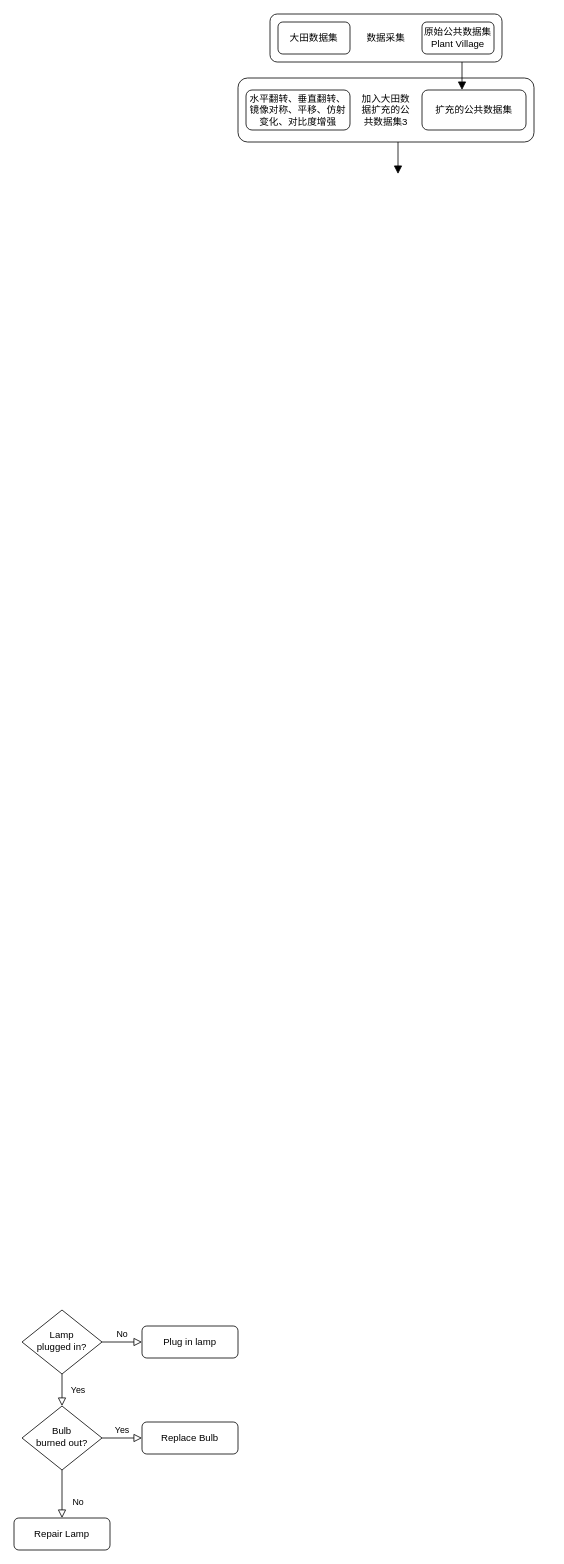
This is 12Untitled Diagram.drawio from leohlgctzby/lianxi-redux, a draw.io file, before an edit. Source tidied: cells renumbered, new cells numbered last; positions are measured from the earlier drawing's top-left corner, leaving out a move shared by most shapes. Both pictures are drawn from the tidied source at 80%, with x=0, y=0 at pixel (14, 14).
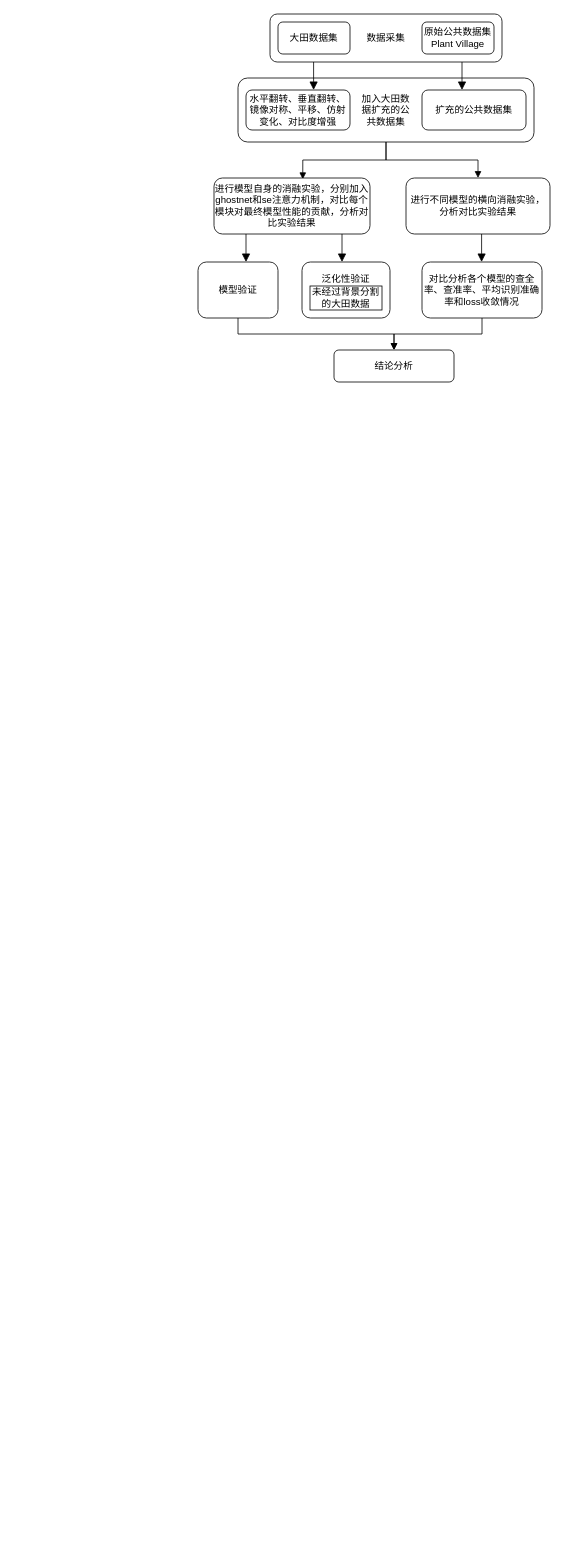
After the change.

What changed in the source:
```diff
@@
-    <mxCell id="3" value="Yes" style="rounded=0;html=1;jettySize=auto;fontSize=11;endArrow=block;endFill=0;endSize=8;strokeWidth=1;shadow=0;labelBackgroundColor=none;edgeStyle=orthogonalEdgeStyle;" parent="1" edge="1" source="5" target="9">
-      <mxGeometry y="20" relative="1" as="geometry" />
-    </mxCell>
-    <mxCell id="4" value="No" style="edgeStyle=orthogonalEdgeStyle;rounded=0;html=1;jettySize=auto;fontSize=11;endArrow=block;endFill=0;endSize=8;strokeWidth=1;shadow=0;labelBackgroundColor=none;" parent="1" edge="1" source="5" target="6">
-      <mxGeometry y="10" relative="1" as="geometry" />
-    </mxCell>
-    <mxCell id="5" value="Lamp&lt;br&gt;plugged in?" style="rhombus;whiteSpace=wrap;html=1;shadow=0;fontFamily=Helvetica;fontSize=12;align=center;strokeWidth=1;spacing=6;spacingTop=-4;" parent="1" vertex="1">
-      <mxGeometry x="10" y="1620" width="100" height="80" as="geometry" />
-    </mxCell>
-    <mxCell id="6" value="Plug in lamp" style="rounded=1;whiteSpace=wrap;html=1;fontSize=12;glass=0;strokeWidth=1;shadow=0;" parent="1" vertex="1">
-      <mxGeometry x="160" y="1640" width="120" height="40" as="geometry" />
-    </mxCell>
-    <mxCell id="7" value="No" style="rounded=0;html=1;jettySize=auto;fontSize=11;endArrow=block;endFill=0;endSize=8;strokeWidth=1;shadow=0;labelBackgroundColor=none;edgeStyle=orthogonalEdgeStyle;" parent="1" edge="1" source="9" target="10">
-      <mxGeometry x="0.33" y="20" relative="1" as="geometry" />
-    </mxCell>
-    <mxCell id="8" value="Yes" style="edgeStyle=orthogonalEdgeStyle;rounded=0;html=1;jettySize=auto;fontSize=11;endArrow=block;endFill=0;endSize=8;strokeWidth=1;shadow=0;labelBackgroundColor=none;" parent="1" edge="1" source="9" target="11">
-      <mxGeometry y="10" relative="1" as="geometry" />
-    </mxCell>
-    <mxCell id="9" value="Bulb&lt;br&gt;burned out?" style="rhombus;whiteSpace=wrap;html=1;shadow=0;fontFamily=Helvetica;fontSize=12;align=center;strokeWidth=1;spacing=6;spacingTop=-4;" parent="1" vertex="1">
-      <mxGeometry x="10" y="1740" width="100" height="80" as="geometry" />
-    </mxCell>
-    <mxCell id="10" value="Repair Lamp" style="rounded=1;whiteSpace=wrap;html=1;fontSize=12;glass=0;strokeWidth=1;shadow=0;" parent="1" vertex="1">
-      <mxGeometry y="1880" width="120" height="40" as="geometry" />
-    </mxCell>
-    <mxCell id="11" value="Replace Bulb" style="rounded=1;whiteSpace=wrap;html=1;fontSize=12;glass=0;strokeWidth=1;shadow=0;" parent="1" vertex="1">
-      <mxGeometry x="160" y="1760" width="120" height="40" as="geometry" />
-    </mxCell>
-    <mxCell id="12" style="rounded=0;html=1;jettySize=auto;orthogonalLoop=1;fontSize=11;endArrow=block;endFill=1;endSize=8;strokeWidth=1;shadow=0;labelBackgroundColor=none;edgeStyle=orthogonalEdgeStyle;" parent="1" edge="1">
-      <mxGeometry relative="1" as="geometry">
-        <mxPoint x="480" y="130" as="sourcePoint" />
-        <mxPoint x="480" y="200" as="targetPoint" />
-        <Array as="points">
-          <mxPoint x="480" y="190" />
-        </Array>
-      </mxGeometry>
-    </mxCell>
@@
+    <mxCell id="19" style="edgeStyle=orthogonalEdgeStyle;rounded=0;jettySize=auto;html=1;exitX=0.5;exitY=1;exitDx=0;exitDy=0;entryX=0.5;entryY=0;entryDx=0;entryDy=0;endArrow=block;endFill=1;" parent="1" edge="1" source="15" target="22">
+      <mxGeometry relative="1" as="geometry" />
+    </mxCell>
+    <mxCell id="20" style="edgeStyle=orthogonalEdgeStyle;rounded=0;jettySize=auto;html=1;entryX=0.569;entryY=0.023;entryDx=0;entryDy=0;entryPerimeter=0;endArrow=block;endFill=1;" parent="1" edge="1" source="15" target="21">
+      <mxGeometry relative="1" as="geometry" />
+    </mxCell>
-    <mxCell id="15" value="&lt;div&gt;加入大田数&lt;/div&gt;&lt;div&gt;据扩充的公&lt;/div&gt;&lt;div&gt;共数据集3&lt;/div&gt;" style="rounded=1;whiteSpace=wrap;html=1;fontSize=12;glass=0;strokeWidth=1;shadow=0;" parent="1" vertex="1">
+    <mxCell id="15" value="&lt;div&gt;加入大田数&lt;/div&gt;&lt;div&gt;据扩充的公&lt;/div&gt;&lt;div&gt;共数据集&lt;/div&gt;" style="rounded=1;whiteSpace=wrap;html=1;fontSize=12;glass=0;strokeWidth=1;shadow=0;" parent="1" vertex="1">
       <mxGeometry x="280" y="80" width="370" height="80" as="geometry" />
     </mxCell>
@@
+    <mxCell id="21" value="&lt;div&gt;进行模型自身的消融实验，分别加入ghostnet和se注意力机制，对比每个模块对最终模型性能的贡献，分析对比实验结果&lt;/div&gt;" style="rounded=1;whiteSpace=wrap;html=1;fontSize=12;glass=0;strokeWidth=1;shadow=0;" parent="1" vertex="1">
+      <mxGeometry x="250" y="205" width="195" height="70" as="geometry" />
+    </mxCell>
+    <mxCell id="22" value="&lt;div&gt;进行不同模型的横向消融实验，分析对比实验结果&lt;/div&gt;" style="rounded=1;whiteSpace=wrap;html=1;fontSize=12;glass=0;strokeWidth=1;shadow=0;" parent="1" vertex="1">
+      <mxGeometry x="490" y="205" width="180" height="70" as="geometry" />
+    </mxCell>
+    <mxCell id="23" style="rounded=0;html=1;jettySize=auto;orthogonalLoop=1;fontSize=11;endArrow=block;endFill=1;endSize=8;strokeWidth=1;shadow=0;labelBackgroundColor=none;edgeStyle=orthogonalEdgeStyle;" parent="1" edge="1">
+      <mxGeometry relative="1" as="geometry">
+        <mxPoint x="374.5" y="60" as="sourcePoint" />
+        <mxPoint x="374.5" y="95" as="targetPoint" />
+        <Array as="points">
+          <mxPoint x="374.5" y="60" />
+        </Array>
+      </mxGeometry>
+    </mxCell>
+    <mxCell id="24" style="edgeStyle=orthogonalEdgeStyle;rounded=0;jettySize=auto;html=1;exitX=0.5;exitY=1;exitDx=0;exitDy=0;entryX=0.5;entryY=0;entryDx=0;entryDy=0;endArrow=block;endFill=1;" parent="1" edge="1" source="25" target="30">
+      <mxGeometry relative="1" as="geometry" />
+    </mxCell>
+    <mxCell id="25" value="模型验证" style="rounded=1;whiteSpace=wrap;html=1;fontSize=12;glass=0;strokeWidth=1;shadow=0;" parent="1" vertex="1">
+      <mxGeometry x="230" y="310" width="100" height="70" as="geometry" />
+    </mxCell>
+    <mxCell id="26" value="&lt;div&gt;泛化性验证&lt;/div&gt;&lt;div&gt;&lt;br&gt;&lt;/div&gt;&lt;div&gt;&lt;br&gt;&lt;/div&gt;" style="rounded=1;whiteSpace=wrap;html=1;fontSize=12;glass=0;strokeWidth=1;shadow=0;" parent="1" vertex="1">
+      <mxGeometry x="360" y="310" width="110" height="70" as="geometry" />
+    </mxCell>
+    <mxCell id="27" style="edgeStyle=orthogonalEdgeStyle;rounded=0;jettySize=auto;html=1;entryX=0.5;entryY=0;entryDx=0;entryDy=0;endArrow=block;endFill=1;" parent="1" edge="1" source="28" target="30">
+      <mxGeometry relative="1" as="geometry" />
+    </mxCell>
+    <mxCell id="28" value="&lt;div&gt;对比分析各个模型的查全率、查准率、平均识别准确率和loss收敛情况&lt;/div&gt;" style="rounded=1;whiteSpace=wrap;html=1;fontSize=12;glass=0;strokeWidth=1;shadow=0;" parent="1" vertex="1">
+      <mxGeometry x="510" y="310" width="150" height="70" as="geometry" />
+    </mxCell>
+    <mxCell id="29" value="未经过背景分割的大田数据" style="rounded=0;whiteSpace=wrap;html=1;" parent="1" vertex="1">
+      <mxGeometry x="370" y="340" width="90" height="30" as="geometry" />
+    </mxCell>
+    <mxCell id="30" value="结论分析" style="rounded=1;whiteSpace=wrap;html=1;fontSize=12;glass=0;strokeWidth=1;shadow=0;" parent="1" vertex="1">
+      <mxGeometry x="400" y="420" width="150" height="40" as="geometry" />
+    </mxCell>
+    <mxCell id="31" style="rounded=0;html=1;jettySize=auto;orthogonalLoop=1;fontSize=11;endArrow=block;endFill=1;endSize=8;strokeWidth=1;shadow=0;labelBackgroundColor=none;edgeStyle=orthogonalEdgeStyle;" parent="1" edge="1">
+      <mxGeometry relative="1" as="geometry">
+        <mxPoint x="290" y="275" as="sourcePoint" />
+        <mxPoint x="290" y="310" as="targetPoint" />
+        <Array as="points">
+          <mxPoint x="290.5" y="295" />
+          <mxPoint x="290.5" y="295" />
+        </Array>
+      </mxGeometry>
+    </mxCell>
+    <mxCell id="32" style="rounded=0;html=1;jettySize=auto;orthogonalLoop=1;fontSize=11;endArrow=block;endFill=1;endSize=8;strokeWidth=1;shadow=0;labelBackgroundColor=none;edgeStyle=orthogonalEdgeStyle;" parent="1" edge="1">
+      <mxGeometry relative="1" as="geometry">
+        <mxPoint x="410" y="275" as="sourcePoint" />
+        <mxPoint x="410" y="310" as="targetPoint" />
+        <Array as="points">
+          <mxPoint x="410" y="290" />
+          <mxPoint x="410" y="290" />
+        </Array>
+      </mxGeometry>
+    </mxCell>
+    <mxCell id="33" style="rounded=0;html=1;jettySize=auto;orthogonalLoop=1;fontSize=11;endArrow=block;endFill=1;endSize=8;strokeWidth=1;shadow=0;labelBackgroundColor=none;edgeStyle=orthogonalEdgeStyle;" parent="1" edge="1">
+      <mxGeometry relative="1" as="geometry">
+        <mxPoint x="584.5" y="275" as="sourcePoint" />
+        <mxPoint x="584.5" y="310" as="targetPoint" />
+        <Array as="points">
+          <mxPoint x="584.5" y="295" />
+          <mxPoint x="584.5" y="295" />
+        </Array>
+      </mxGeometry>
+    </mxCell>
```
